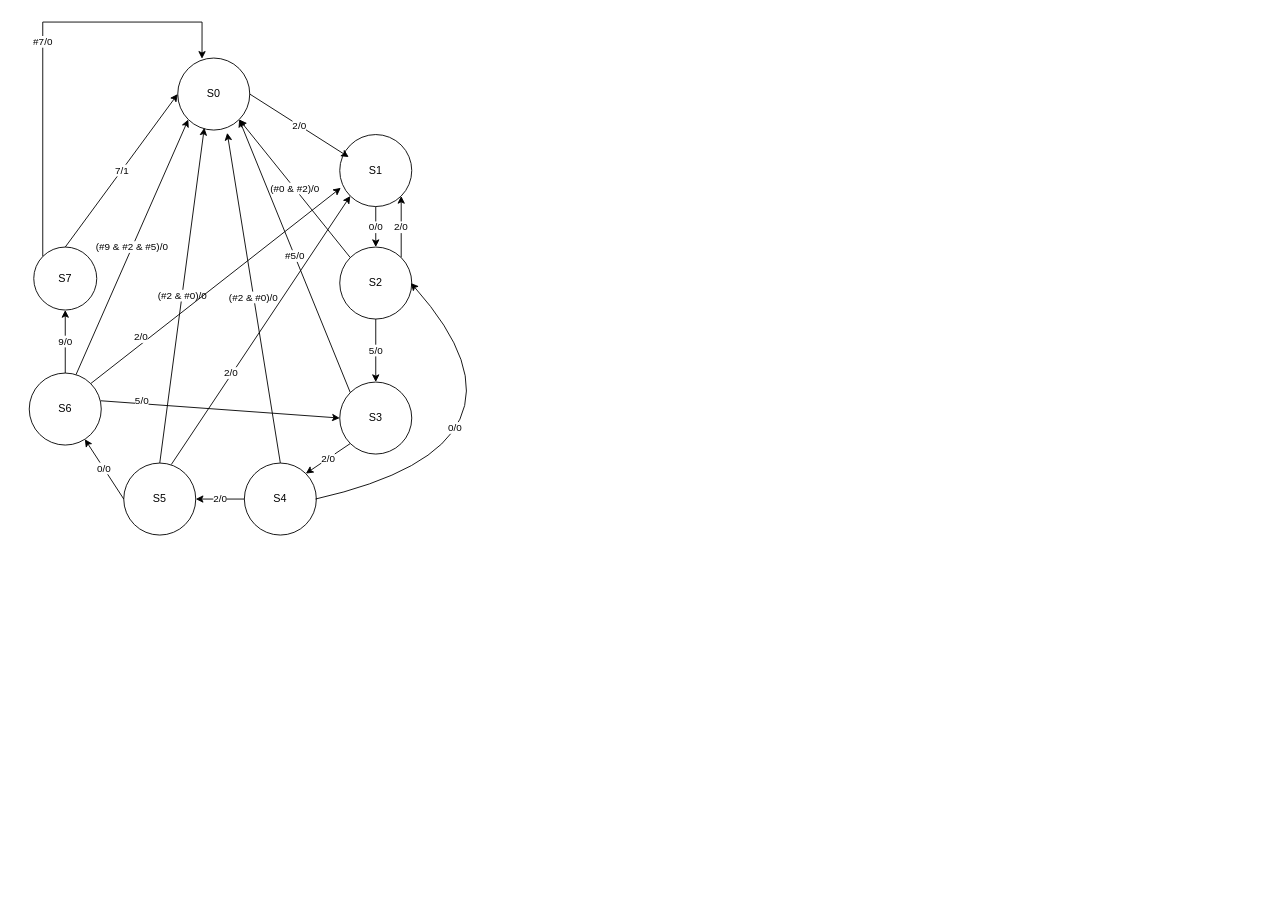
This is btthhemlab2.drawio from UIT20522097/UIT20522097.github.io, a draw.io file, before an edit. Source tidied: cells renumbered, new cells numbered last; positions are measured from the earlier drawing's top-left corner, leaving out a move shared by most shapes. Both pictures are drawn from the tidied source at 90%, with x=0, y=0 at pixel (29, 22).
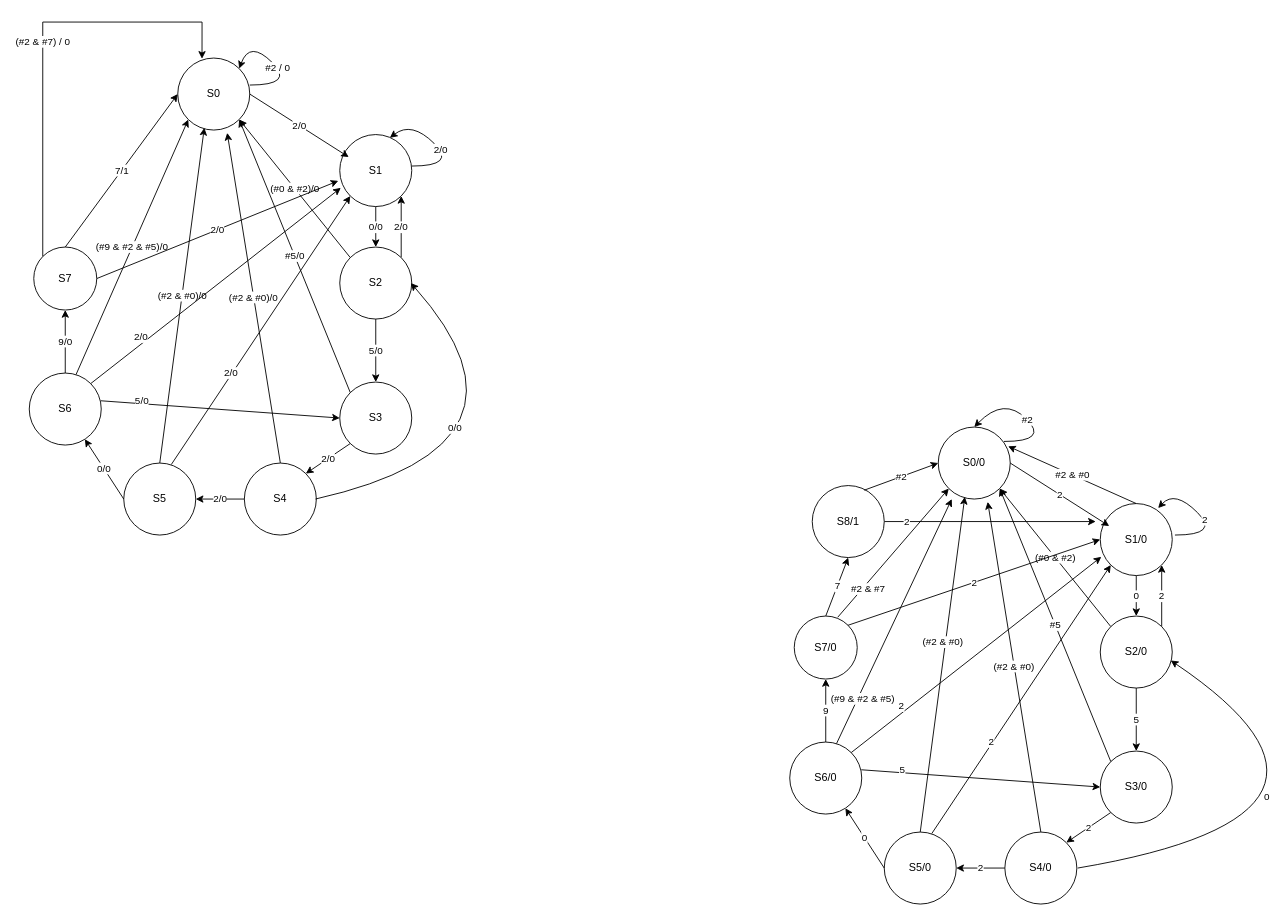
Above is the later version.

The change refers to these unchanged cells:
```xml
<mxCell id="2" value="S0" style="ellipse;whiteSpace=wrap;html=1;" parent="1" vertex="1">
  <mxGeometry x="165" y="40" width="80" height="80" as="geometry" />
</mxCell>
<mxCell id="4" value="S1" style="ellipse;whiteSpace=wrap;html=1;" parent="1" vertex="1">
  <mxGeometry x="345" y="125" width="80" height="80" as="geometry" />
</mxCell>
<mxCell id="9" value="S7" style="ellipse;whiteSpace=wrap;html=1;" parent="1" vertex="1">
  <mxGeometry x="5" y="250" width="70" height="70" as="geometry" />
</mxCell>
```

Diff of the diagram source:
```diff
@@
-    <mxCell id="8" value="#7/0" style="edgeStyle=orthogonalEdgeStyle;rounded=0;jettySize=auto;html=1;entryX=0.337;entryY=0.01;entryDx=0;entryDy=0;entryPerimeter=0;" parent="1" edge="1" source="9" target="2">
+    <mxCell id="8" value="(#2 &amp;amp; #7) / 0" style="edgeStyle=orthogonalEdgeStyle;rounded=0;jettySize=auto;html=1;entryX=0.337;entryY=0.01;entryDx=0;entryDy=0;entryPerimeter=0;" parent="1" edge="1" source="9" target="2">
       <mxGeometry relative="1" as="geometry">
         <Array as="points">
           <mxPoint x="15" />
           <mxPoint x="192" />
         </Array>
       </mxGeometry>
     </mxCell>
@@
+    <mxCell id="29" value="S0/0" style="ellipse;whiteSpace=wrap;html=1;" parent="1" vertex="1">
+      <mxGeometry x="1010" y="450" width="80" height="80" as="geometry" />
+    </mxCell>
+    <mxCell id="30" value="0" style="edgeStyle=orthogonalEdgeStyle;rounded=0;jettySize=auto;html=1;entryX=0.5;entryY=0;entryDx=0;entryDy=0;" parent="1" edge="1" source="31" target="34">
+      <mxGeometry relative="1" as="geometry" />
+    </mxCell>
+    <mxCell id="31" value="S1/0" style="ellipse;whiteSpace=wrap;html=1;" parent="1" vertex="1">
+      <mxGeometry x="1190" y="535" width="80" height="80" as="geometry" />
+    </mxCell>
+    <mxCell id="32" value="5" style="edgeStyle=orthogonalEdgeStyle;rounded=0;jettySize=auto;html=1;entryX=0.5;entryY=0;entryDx=0;entryDy=0;" parent="1" edge="1" source="34" target="36">
+      <mxGeometry relative="1" as="geometry" />
+    </mxCell>
+    <mxCell id="33" value="2" style="edgeStyle=orthogonalEdgeStyle;rounded=0;jettySize=auto;html=1;exitX=1;exitY=0;exitDx=0;exitDy=0;entryX=1;entryY=1;entryDx=0;entryDy=0;" parent="1" edge="1" source="34" target="31">
+      <mxGeometry relative="1" as="geometry" />
+    </mxCell>
+    <mxCell id="34" value="S2/0" style="ellipse;whiteSpace=wrap;html=1;" parent="1" vertex="1">
+      <mxGeometry x="1190" y="660" width="80" height="80" as="geometry" />
+    </mxCell>
+    <mxCell id="35" value="S7/0" style="ellipse;whiteSpace=wrap;html=1;" parent="1" vertex="1">
+      <mxGeometry x="850" y="660" width="70" height="70" as="geometry" />
+    </mxCell>
+    <mxCell id="36" value="S3/0" style="ellipse;whiteSpace=wrap;html=1;" parent="1" vertex="1">
+      <mxGeometry x="1190" y="810" width="80" height="80" as="geometry" />
+    </mxCell>
+    <mxCell id="37" value="9" style="edgeStyle=orthogonalEdgeStyle;rounded=0;jettySize=auto;html=1;entryX=0.5;entryY=1;entryDx=0;entryDy=0;" parent="1" edge="1" source="38" target="35">
+      <mxGeometry relative="1" as="geometry" />
+    </mxCell>
+    <mxCell id="38" value="S6/0" style="ellipse;whiteSpace=wrap;html=1;" parent="1" vertex="1">
+      <mxGeometry x="845" y="800" width="80" height="80" as="geometry" />
+    </mxCell>
+    <mxCell id="39" value="2" style="edgeStyle=orthogonalEdgeStyle;rounded=0;jettySize=auto;html=1;entryX=1;entryY=0.5;entryDx=0;entryDy=0;" parent="1" edge="1" source="40" target="41">
+      <mxGeometry relative="1" as="geometry" />
+    </mxCell>
+    <mxCell id="40" value="S4/0" style="ellipse;whiteSpace=wrap;html=1;" parent="1" vertex="1">
+      <mxGeometry x="1084" y="900" width="80" height="80" as="geometry" />
+    </mxCell>
+    <mxCell id="41" value="S5/0" style="ellipse;whiteSpace=wrap;html=1;" parent="1" vertex="1">
+      <mxGeometry x="950" y="900" width="80" height="80" as="geometry" />
+    </mxCell>
+    <mxCell id="42" value="2" style="endArrow=classic;html=1;rounded=0;exitX=1;exitY=0.5;exitDx=0;exitDy=0;" parent="1" edge="1" source="29">
+      <mxGeometry relative="1" as="geometry">
+        <mxPoint x="1200" y="560" as="targetPoint" />
+      </mxGeometry>
+    </mxCell>
+    <mxCell id="43" value="2" style="endArrow=classic;html=1;rounded=0;exitX=0;exitY=1;exitDx=0;exitDy=0;entryX=1;entryY=0;entryDx=0;entryDy=0;" parent="1" edge="1" source="36" target="40">
+      <mxGeometry relative="1" as="geometry" />
+    </mxCell>
+    <mxCell id="44" value="0" style="endArrow=classic;html=1;rounded=0;exitX=0;exitY=0.5;exitDx=0;exitDy=0;" parent="1" edge="1" source="41" target="38">
+      <mxGeometry relative="1" as="geometry" />
+    </mxCell>
+    <mxCell id="45" value="(#0 &amp;amp; #2)" style="endArrow=classic;html=1;rounded=0;entryX=1;entryY=1;entryDx=0;entryDy=0;exitX=0;exitY=0;exitDx=0;exitDy=0;" parent="1" edge="1" source="34" target="29">
+      <mxGeometry relative="1" as="geometry" />
+    </mxCell>
+    <mxCell id="46" value="#5" style="endArrow=classic;html=1;rounded=0;exitX=0;exitY=0;exitDx=0;exitDy=0;entryX=1;entryY=1;entryDx=0;entryDy=0;" parent="1" edge="1" source="36" target="29">
+      <mxGeometry relative="1" as="geometry" />
+    </mxCell>
+    <mxCell id="47" value="(#2 &amp;amp; #0)" style="endArrow=classic;html=1;rounded=0;exitX=0.5;exitY=0;exitDx=0;exitDy=0;entryX=0.687;entryY=1.039;entryDx=0;entryDy=0;entryPerimeter=0;" parent="1" edge="1" source="40" target="29">
+      <mxGeometry relative="1" as="geometry" />
+    </mxCell>
+    <mxCell id="48" value="2" style="endArrow=classic;html=1;rounded=0;exitX=0.66;exitY=0.021;exitDx=0;exitDy=0;exitPerimeter=0;entryX=0;entryY=1;entryDx=0;entryDy=0;" parent="1" edge="1" source="41" target="31">
+      <mxGeometry x="-0.32" relative="1" as="geometry">
+        <mxPoint x="-1" as="offset" />
+      </mxGeometry>
+    </mxCell>
+    <mxCell id="49" value="(#2 &amp;amp; #0)" style="endArrow=classic;html=1;rounded=0;exitX=0.5;exitY=0;exitDx=0;exitDy=0;entryX=0.369;entryY=0.969;entryDx=0;entryDy=0;entryPerimeter=0;" parent="1" edge="1" source="41" target="29">
+      <mxGeometry x="0.13" y="3" relative="1" as="geometry" />
+    </mxCell>
+    <mxCell id="50" value="2" style="endArrow=classic;html=1;rounded=0;exitX=1;exitY=0;exitDx=0;exitDy=0;entryX=0.015;entryY=0.74;entryDx=0;entryDy=0;entryPerimeter=0;" parent="1" edge="1" source="38" target="31">
+      <mxGeometry x="-0.57" y="6" relative="1" as="geometry" />
+    </mxCell>
+    <mxCell id="51" value="(#9 &amp;amp; #2 &amp;amp; #5)" style="endArrow=classic;html=1;rounded=0;exitX=0.65;exitY=0.021;exitDx=0;exitDy=0;exitPerimeter=0;" parent="1" edge="1" source="38">
+      <mxGeometry x="-0.62" y="-5" relative="1" as="geometry">
+        <mxPoint x="1025" y="530" as="targetPoint" />
+      </mxGeometry>
+    </mxCell>
+    <mxCell id="52" value="5" style="endArrow=classic;html=1;rounded=0;exitX=0.994;exitY=0.385;exitDx=0;exitDy=0;exitPerimeter=0;entryX=0;entryY=0.5;entryDx=0;entryDy=0;" parent="1" edge="1" source="38" target="36">
+      <mxGeometry x="-0.66" y="3" relative="1" as="geometry" />
+    </mxCell>
+    <mxCell id="53" value="2" style="edgeStyle=orthogonalEdgeStyle;rounded=0;jettySize=auto;html=1;" parent="1" edge="1" source="54">
+      <mxGeometry x="-0.79" relative="1" as="geometry">
+        <mxPoint x="1185" y="555" as="targetPoint" />
+      </mxGeometry>
+    </mxCell>
+    <mxCell id="54" value="S8/1" style="ellipse;whiteSpace=wrap;html=1;" parent="1" vertex="1">
+      <mxGeometry x="870" y="515" width="80" height="80" as="geometry" />
+    </mxCell>
+    <mxCell id="55" value="7" style="endArrow=classic;html=1;rounded=0;exitX=0.5;exitY=0;exitDx=0;exitDy=0;entryX=0.5;entryY=1;entryDx=0;entryDy=0;" parent="1" edge="1" source="35" target="54">
+      <mxGeometry relative="1" as="geometry" />
+    </mxCell>
+    <mxCell id="56" value="#2" style="endArrow=classic;html=1;rounded=0;exitX=0.723;exitY=0.064;exitDx=0;exitDy=0;exitPerimeter=0;entryX=0;entryY=0.5;entryDx=0;entryDy=0;" parent="1" edge="1" source="54" target="29">
+      <mxGeometry relative="1" as="geometry" />
+    </mxCell>
+    <mxCell id="57" value="2" style="endArrow=classic;html=1;rounded=0;exitX=1;exitY=0;exitDx=0;exitDy=0;entryX=0;entryY=0.5;entryDx=0;entryDy=0;" parent="1" edge="1" source="35" target="31">
+      <mxGeometry relative="1" as="geometry" />
+    </mxCell>
+    <mxCell id="58" value="#2 &amp;amp; #7" style="endArrow=classic;html=1;rounded=0;exitX=0.69;exitY=0.019;exitDx=0;exitDy=0;exitPerimeter=0;entryX=0;entryY=1;entryDx=0;entryDy=0;" parent="1" edge="1" source="35" target="29">
+      <mxGeometry x="-0.51" y="-5" relative="1" as="geometry" />
+    </mxCell>
+    <mxCell id="59" value="#2 &amp;amp; #0" style="endArrow=classic;html=1;rounded=0;exitX=0.5;exitY=0;exitDx=0;exitDy=0;entryX=0.971;entryY=0.267;entryDx=0;entryDy=0;entryPerimeter=0;" parent="1" edge="1" source="31" target="29">
+      <mxGeometry relative="1" as="geometry" />
+    </mxCell>
+    <mxCell id="60" value="2" style="curved=1;endArrow=classic;html=1;rounded=0;entryX=0.804;entryY=0.063;entryDx=0;entryDy=0;entryPerimeter=0;" parent="1" edge="1" target="31">
+      <mxGeometry relative="1" as="geometry">
+        <mxPoint x="1273" y="570" as="sourcePoint" />
+        <Array as="points">
+          <mxPoint x="1323" y="570" />
+          <mxPoint x="1273" y="520" />
+        </Array>
+      </mxGeometry>
+    </mxCell>
+    <mxCell id="61" value="#2" style="curved=1;endArrow=classic;html=1;rounded=0;entryX=0.5;entryY=0;entryDx=0;entryDy=0;" parent="1" edge="1" target="29">
+      <mxGeometry relative="1" as="geometry">
+        <mxPoint x="1083" y="466" as="sourcePoint" />
+        <Array as="points">
+          <mxPoint x="1133" y="466" />
+          <mxPoint x="1083" y="416" />
+        </Array>
+      </mxGeometry>
+    </mxCell>
+    <mxCell id="62" value="0" style="curved=1;endArrow=classic;html=1;rounded=0;entryX=0.979;entryY=0.617;entryDx=0;entryDy=0;entryPerimeter=0;" parent="1" edge="1" target="34">
+      <mxGeometry x="-0.34" y="43" relative="1" as="geometry">
+        <mxPoint x="1165" y="940" as="sourcePoint" />
+        <Array as="points">
+          <mxPoint x="1521" y="880" />
+        </Array>
+      </mxGeometry>
+    </mxCell>
+    <mxCell id="63" value="2/0" style="endArrow=classic;html=1;rounded=0;exitX=1;exitY=0.5;exitDx=0;exitDy=0;entryX=-0.02;entryY=0.643;entryDx=0;entryDy=0;entryPerimeter=0;" parent="1" edge="1" source="9" target="4">
+      <mxGeometry relative="1" as="geometry" />
+    </mxCell>
+    <mxCell id="64" value="2/0" style="curved=1;endArrow=classic;html=1;rounded=0;entryX=0.696;entryY=0.045;entryDx=0;entryDy=0;entryPerimeter=0;" parent="1" edge="1" target="4">
+      <mxGeometry relative="1" as="geometry">
+        <mxPoint x="425" y="160" as="sourcePoint" />
+        <Array as="points">
+          <mxPoint x="475" y="160" />
+          <mxPoint x="425" y="110" />
+        </Array>
+      </mxGeometry>
+    </mxCell>
+    <mxCell id="65" value="#2 / 0" style="curved=1;endArrow=classic;html=1;rounded=0;entryX=1;entryY=0;entryDx=0;entryDy=0;" parent="1" edge="1" target="2">
+      <mxGeometry relative="1" as="geometry">
+        <mxPoint x="245" y="70" as="sourcePoint" />
+        <Array as="points">
+          <mxPoint x="295" y="70" />
+          <mxPoint x="245" y="20" />
+        </Array>
+      </mxGeometry>
+    </mxCell>
```
